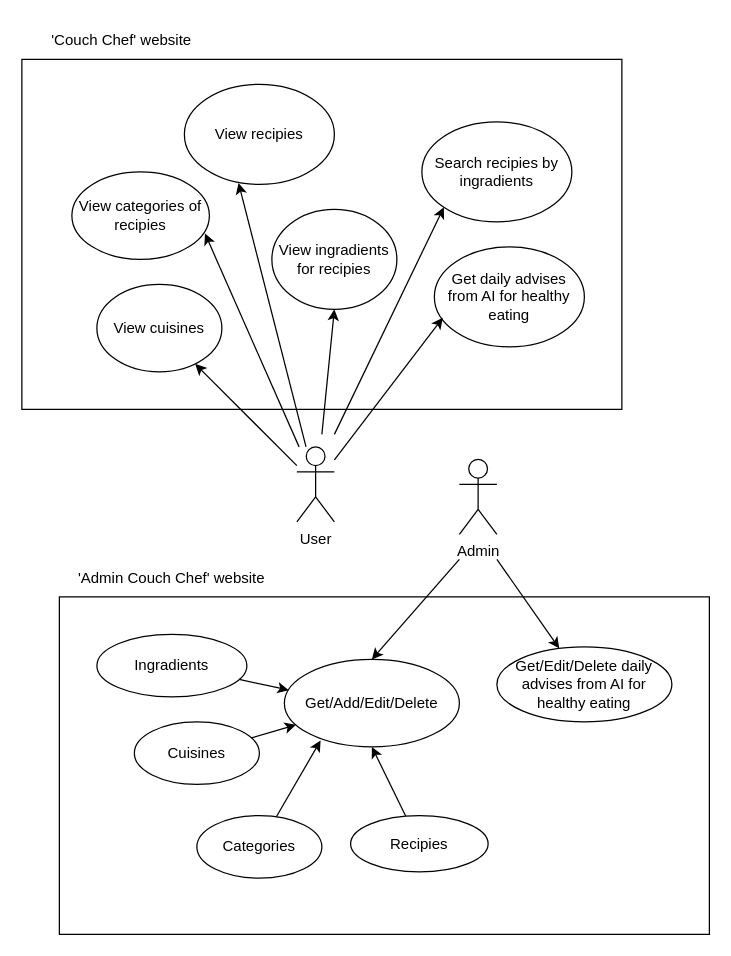
Earlier version of the draw.io diagram img/use-case.drawio (yana-utochkina/couch-chef). Source tidied: cells renumbered, new cells numbered last; positions are measured from the earlier drawing's top-left corner, leaving out a move shared by most shapes. Both pictures are drawn from the tidied source at 125%, with x=0, y=0 at pixel (21, 21).
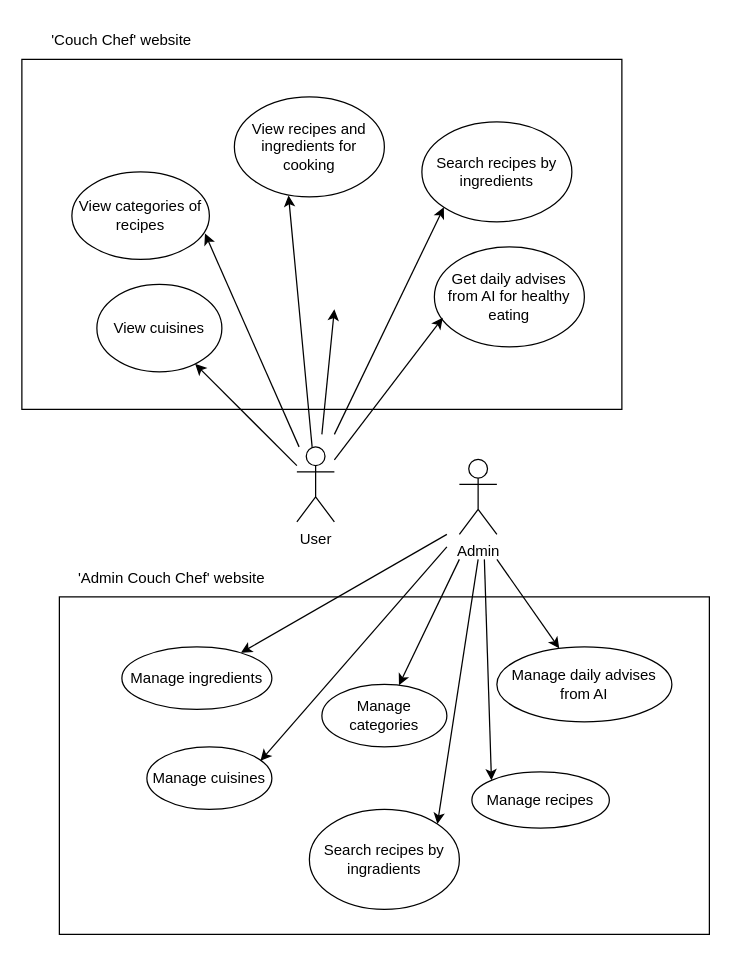
The same diagram, later.

Change to the diagram source:
```diff
@@
-    <mxCell id="7" value="View ingradients for recipies" style="ellipse;whiteSpace=wrap;html=1;" parent="1" vertex="1">
-      <mxGeometry x="200" y="150" width="100" height="80" as="geometry" />
-    </mxCell>
-    <mxCell id="8" value="View categories of recipies" style="ellipse;whiteSpace=wrap;html=1;" parent="1" vertex="1">
+    <mxCell id="8" value="View categories of recipes" style="ellipse;whiteSpace=wrap;html=1;" parent="1" vertex="1">
       <mxGeometry x="40" y="120" width="110" height="70" as="geometry" />
     </mxCell>
@@
-    <mxCell id="10" value="Search recipies by ingradients" style="ellipse;whiteSpace=wrap;html=1;" parent="1" vertex="1">
+    <mxCell id="10" value="Search recipes by ingredients" style="ellipse;whiteSpace=wrap;html=1;" parent="1" vertex="1">
       <mxGeometry x="320" y="80" width="120" height="80" as="geometry" />
     </mxCell>
-    <mxCell id="11" value="View recipies" style="ellipse;whiteSpace=wrap;html=1;" parent="1" vertex="1">
-      <mxGeometry x="130" y="50" width="120" height="80" as="geometry" />
+    <mxCell id="11" value="View recipes and ingredients for cooking" style="ellipse;whiteSpace=wrap;html=1;" parent="1" vertex="1">
+      <mxGeometry x="170" y="60" width="120" height="80" as="geometry" />
     </mxCell>
-    <mxCell id="12" style="endArrow=classic;html=1;rounded=0;entryX=0.5;entryY=1;entryDx=0;entryDy=0;" parent="1" edge="1" target="7">
+    <mxCell id="12" style="endArrow=classic;html=1;rounded=0;entryX=0.5;entryY=1;entryDx=0;entryDy=0;" parent="1" edge="1">
       <mxGeometry relative="1" as="geometry">
         <mxPoint x="240" y="330" as="sourcePoint" />
+        <mxPoint x="250" y="230" as="targetPoint" />
       </mxGeometry>
     </mxCell>
@@
-    <mxCell id="19" style="rounded=0;jettySize=auto;html=1;entryX=0.5;entryY=0;entryDx=0;entryDy=0;" parent="1" edge="1" target="21">
+    <mxCell id="19" style="rounded=0;jettySize=auto;html=1;" parent="1" edge="1" target="22">
       <mxGeometry relative="1" as="geometry">
-        <mxPoint x="350" y="430" as="sourcePoint" />
+        <mxPoint x="340" y="410" as="sourcePoint" />
       </mxGeometry>
     </mxCell>
+    <mxCell id="32" style="rounded=0;jettySize=auto;html=1;" parent="1" edge="1" target="26">
+      <mxGeometry relative="1" as="geometry">
+        <mxPoint x="350" y="430" as="sourcePoint" />
+      </mxGeometry>
+    </mxCell>
+    <mxCell id="33" style="rounded=0;jettySize=auto;html=1;entryX=1;entryY=0;entryDx=0;entryDy=0;" parent="1" edge="1" target="34">
+      <mxGeometry relative="1" as="geometry">
+        <mxPoint x="365" y="430" as="sourcePoint" />
+      </mxGeometry>
+    </mxCell>
@@
-    <mxCell id="21" value="Get/Add/Edit/Delete" style="ellipse;whiteSpace=wrap;html=1;" parent="1" vertex="1">
-      <mxGeometry x="210" y="510" width="140" height="70" as="geometry" />
-    </mxCell>
-    <mxCell id="22" value="Ingradients" style="ellipse;whiteSpace=wrap;html=1;" parent="1" vertex="1">
-      <mxGeometry x="60" y="490" width="120" height="50" as="geometry" />
+    <mxCell id="22" value="Manage ingredients" style="ellipse;whiteSpace=wrap;html=1;" parent="1" vertex="1">
+      <mxGeometry x="80" y="500" width="120" height="50" as="geometry" />
     </mxCell>
-    <mxCell id="23" style="rounded=0;jettySize=auto;html=1;" parent="1" edge="1" source="24" target="21">
-      <mxGeometry relative="1" as="geometry" />
-    </mxCell>
-    <mxCell id="24" value="Cuisines" style="ellipse;whiteSpace=wrap;html=1;" parent="1" vertex="1">
-      <mxGeometry x="90" y="560" width="100" height="50" as="geometry" />
+    <mxCell id="24" value="Manage cuisines" style="ellipse;whiteSpace=wrap;html=1;" parent="1" vertex="1">
+      <mxGeometry x="100" y="580" width="100" height="50" as="geometry" />
     </mxCell>
-    <mxCell id="25" style="rounded=0;jettySize=auto;html=1;entryX=0.207;entryY=0.927;entryDx=0;entryDy=0;entryPerimeter=0;" parent="1" edge="1" source="26" target="21">
-      <mxGeometry relative="1" as="geometry" />
-    </mxCell>
-    <mxCell id="26" value="Categories" style="ellipse;whiteSpace=wrap;html=1;" parent="1" vertex="1">
-      <mxGeometry x="140" y="635" width="100" height="50" as="geometry" />
+    <mxCell id="26" value="Manage categories" style="ellipse;whiteSpace=wrap;html=1;" parent="1" vertex="1">
+      <mxGeometry x="240" y="530" width="100" height="50" as="geometry" />
     </mxCell>
-    <mxCell id="27" style="rounded=0;jettySize=auto;html=1;entryX=0.5;entryY=1;entryDx=0;entryDy=0;" parent="1" edge="1" source="28" target="21">
-      <mxGeometry relative="1" as="geometry" />
-    </mxCell>
-    <mxCell id="28" value="Recipies" style="ellipse;whiteSpace=wrap;html=1;" parent="1" vertex="1">
-      <mxGeometry x="263" y="635" width="110" height="45" as="geometry" />
+    <mxCell id="28" value="Manage recipes" style="ellipse;whiteSpace=wrap;html=1;" parent="1" vertex="1">
+      <mxGeometry x="360" y="600" width="110" height="45" as="geometry" />
     </mxCell>
-    <mxCell id="29" value="Get/Edit/Delete daily advises from AI for healthy eating" style="ellipse;whiteSpace=wrap;html=1;" parent="1" vertex="1">
+    <mxCell id="29" value="Manage daily advises from AI" style="ellipse;whiteSpace=wrap;html=1;" parent="1" vertex="1">
       <mxGeometry x="380" y="500" width="140" height="60" as="geometry" />
     </mxCell>
-    <mxCell id="30" style="rounded=0;jettySize=auto;html=1;entryX=0.025;entryY=0.352;entryDx=0;entryDy=0;entryPerimeter=0;" parent="1" edge="1" source="22" target="21">
-      <mxGeometry relative="1" as="geometry" />
-    </mxCell>
@@
+    <mxCell id="34" value="Search recipes by ingradients" style="ellipse;whiteSpace=wrap;html=1;" parent="1" vertex="1">
+      <mxGeometry x="230" y="630" width="120" height="80" as="geometry" />
+    </mxCell>
+    <mxCell id="35" style="rounded=0;jettySize=auto;html=1;entryX=0;entryY=0;entryDx=0;entryDy=0;" parent="1" edge="1" target="28">
+      <mxGeometry relative="1" as="geometry">
+        <mxPoint x="370" y="430" as="sourcePoint" />
+      </mxGeometry>
+    </mxCell>
+    <mxCell id="36" style="rounded=0;jettySize=auto;html=1;entryX=0.909;entryY=0.223;entryDx=0;entryDy=0;entryPerimeter=0;" parent="1" edge="1" target="24">
+      <mxGeometry relative="1" as="geometry">
+        <mxPoint x="340" y="420" as="sourcePoint" />
+      </mxGeometry>
+    </mxCell>
```
